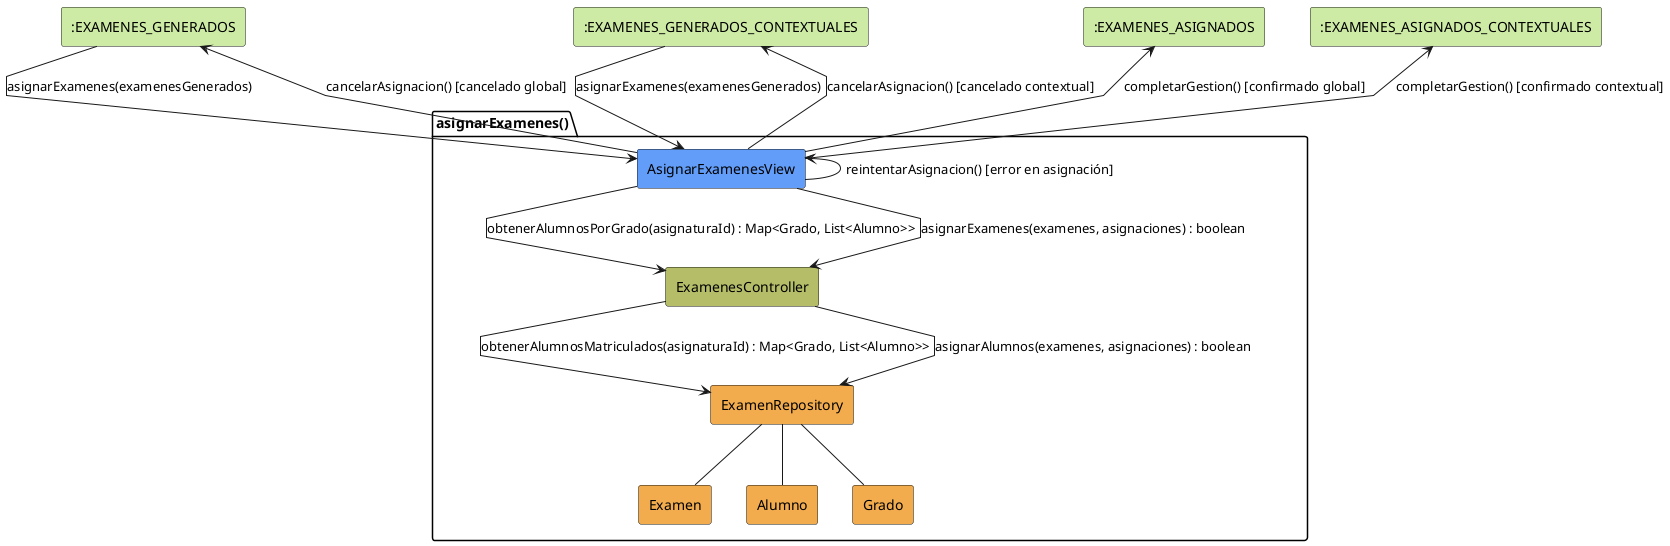
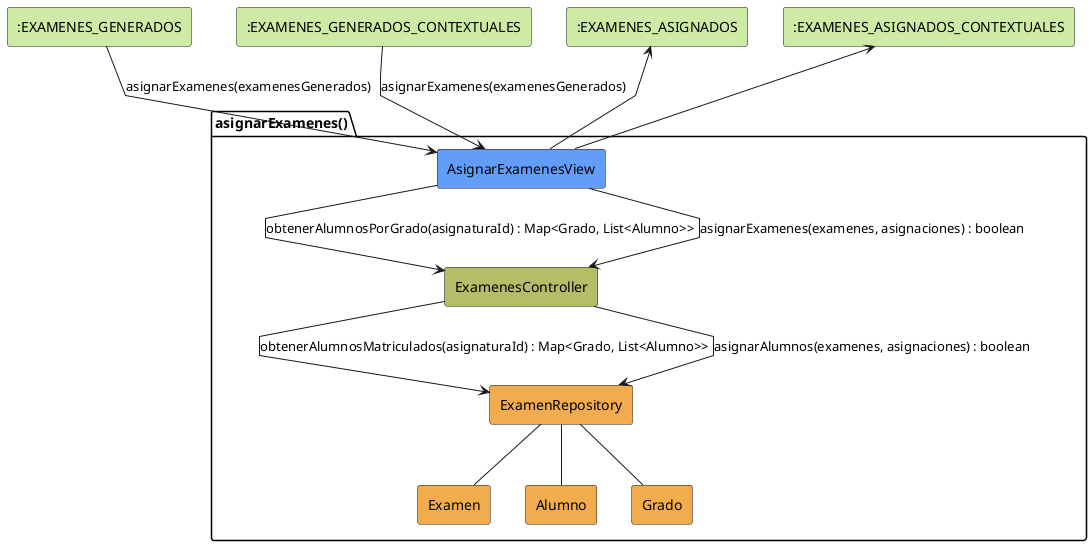
@startuml asignarExamenes-analisis
skinparam linetype polyline

rectangle #CDEBA5 ":EXAMENES_GENERADOS" as ExamGenerados
rectangle #CDEBA5 ":EXAMENES_GENERADOS_CONTEXTUALES" as ExamGeneradosContext
rectangle #CDEBA5 ":EXAMENES_ASIGNADOS" as ExamAsignados
rectangle #CDEBA5 ":EXAMENES_ASIGNADOS_CONTEXTUALES" as ExamAsignadosContext

package asignarExamenes as "asignarExamenes()" {
    rectangle #629EF9 AsignarExamenesView
    rectangle #b5bd68 ExamenesController
    rectangle #F2AC4E ExamenRepository
    rectangle #F2AC4E Examen
    rectangle #F2AC4E Alumno
    rectangle #F2AC4E Grado
}

ExamGenerados --> AsignarExamenesView: asignarExamenes(examenesGenerados)
ExamGeneradosContext --> AsignarExamenesView: asignarExamenes(examenesGenerados)

AsignarExamenesView -d-> ExamenesController: obtenerAlumnosPorGrado(asignaturaId) : Map<Grado, List<Alumno>>
ExamenesController --> ExamenRepository: obtenerAlumnosMatriculados(asignaturaId) : Map<Grado, List<Alumno>>
ExamenRepository -- Alumno
ExamenRepository -- Grado

AsignarExamenesView --> ExamenesController: asignarExamenes(examenes, asignaciones) : boolean
ExamenesController --> ExamenRepository: asignarAlumnos(examenes, asignaciones) : boolean
ExamenRepository -- Examen

- ExamAsignados <-- AsignarExamenesView: completarGestion() [confirmado global]
- ExamAsignadosContext <-- AsignarExamenesView: completarGestion() [confirmado contextual]
- 
- ExamGenerados <-- AsignarExamenesView: cancelarAsignacion() [cancelado global]
- ExamGeneradosContext <-- AsignarExamenesView: cancelarAsignacion() [cancelado contextual]
- 
- AsignarExamenesView <-- AsignarExamenesView: reintentarAsignacion() [error en asignación]
+ ExamAsignados <-- AsignarExamenesView
+ ExamAsignadosContext <-- AsignarExamenesView

@enduml